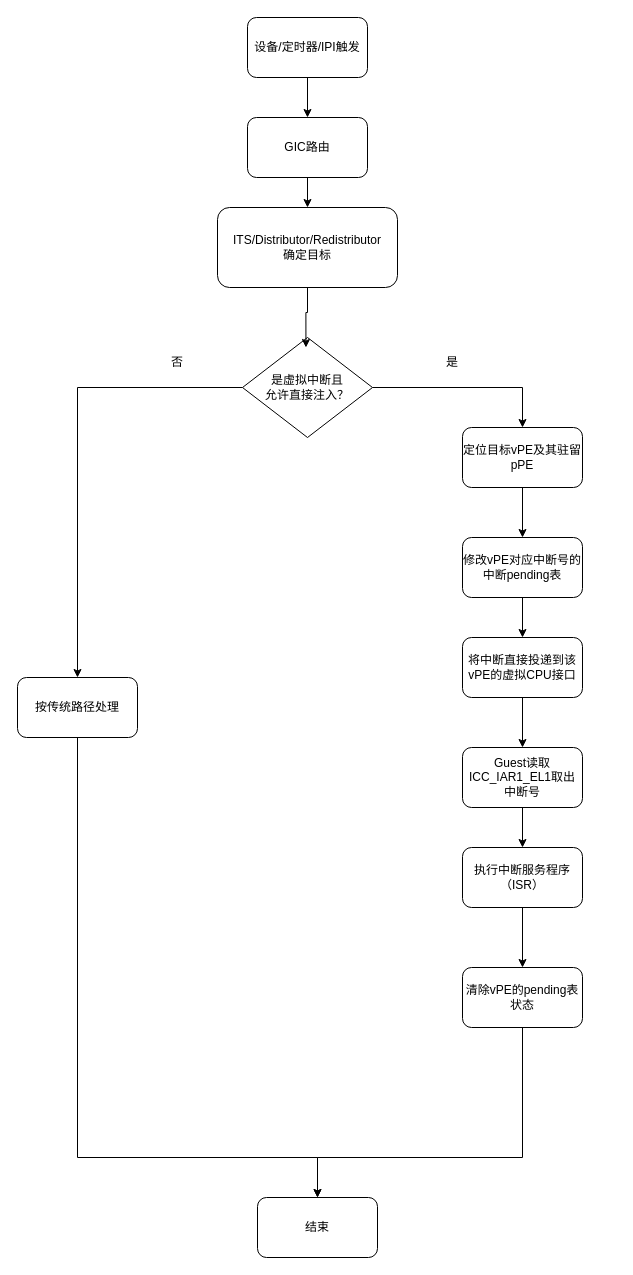
Above: store_picture/直接注入.drawio in LQ0623/draw_io_picture (draw.io), before the change. Source tidied: cells renumbered, new cells numbered last; positions are measured from the earlier drawing's top-left corner, leaving out a move shared by most shapes. Both pictures are drawn from the tidied source at 100%, with x=0, y=0 at pixel (17, 17).
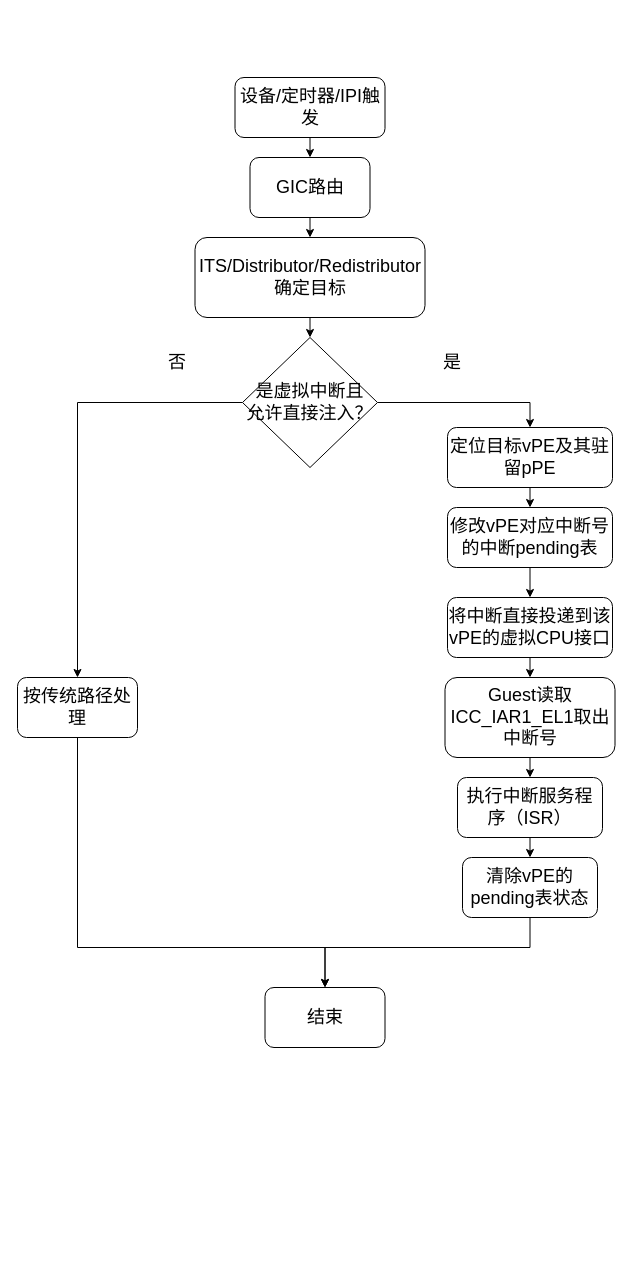
Above is the later version.

Commit message:
更新直接注入.drawio

The edit, as a diff of the source:
```diff
@@
-    <mxCell id="2" style="edgeStyle=orthogonalEdgeStyle;rounded=0;jettySize=auto;html=1;exitX=0.5;exitY=1;exitDx=0;exitDy=0;entryX=0.5;entryY=0;entryDx=0;entryDy=0;" parent="1" edge="1" source="3" target="5">
+    <mxCell id="2" style="edgeStyle=orthogonalEdgeStyle;rounded=0;jettySize=auto;html=1;exitX=0.5;exitY=1;exitDx=0;exitDy=0;entryX=0.5;entryY=0;entryDx=0;entryDy=0;fontSize=18;" parent="1" edge="1" source="3" target="5">
       <mxGeometry relative="1" as="geometry" />
     </mxCell>
-    <mxCell id="3" value="设备/定时器/IPI触发" style="rounded=1;whiteSpace=wrap;html=1;" parent="1" vertex="1">
-      <mxGeometry x="230" width="120" height="60" as="geometry" />
+    <mxCell id="3" value="设备/定时器/IPI触发" style="rounded=1;whiteSpace=wrap;html=1;fontSize=18;" parent="1" vertex="1">
+      <mxGeometry x="217.5" y="60" width="150" height="60" as="geometry" />
     </mxCell>
-    <mxCell id="4" style="edgeStyle=orthogonalEdgeStyle;rounded=0;jettySize=auto;html=1;exitX=0.5;exitY=1;exitDx=0;exitDy=0;entryX=0.5;entryY=0;entryDx=0;entryDy=0;" parent="1" edge="1" source="5" target="6">
+    <mxCell id="4" style="edgeStyle=orthogonalEdgeStyle;rounded=0;jettySize=auto;html=1;exitX=0.5;exitY=1;exitDx=0;exitDy=0;entryX=0.5;entryY=0;entryDx=0;entryDy=0;fontSize=18;" parent="1" edge="1" source="5" target="6">
       <mxGeometry relative="1" as="geometry" />
     </mxCell>
-    <mxCell id="5" value="GIC路由" style="rounded=1;whiteSpace=wrap;html=1;" parent="1" vertex="1">
-      <mxGeometry x="230" y="100" width="120" height="60" as="geometry" />
+    <mxCell id="5" value="GIC路由" style="rounded=1;whiteSpace=wrap;html=1;fontSize=18;" parent="1" vertex="1">
+      <mxGeometry x="232.5" y="140" width="120" height="60" as="geometry" />
     </mxCell>
+    <mxCell id="25" style="edgeStyle=orthogonalEdgeStyle;rounded=0;jettySize=auto;html=1;exitX=0.5;exitY=1;exitDx=0;exitDy=0;entryX=0.5;entryY=0;entryDx=0;entryDy=0;" parent="1" edge="1" source="6" target="9">
+      <mxGeometry relative="1" as="geometry" />
+    </mxCell>
-    <mxCell id="6" value="ITS/Distributor/Redistributor&lt;div&gt;确定目标&lt;/div&gt;" style="rounded=1;whiteSpace=wrap;html=1;" parent="1" vertex="1">
-      <mxGeometry x="200" y="190" width="180" height="80" as="geometry" />
+    <mxCell id="6" value="ITS/Distributor/Redistributor&lt;div&gt;确定目标&lt;/div&gt;" style="rounded=1;whiteSpace=wrap;html=1;fontSize=18;" parent="1" vertex="1">
+      <mxGeometry x="177.5" y="220" width="230" height="80" as="geometry" />
     </mxCell>
-    <mxCell id="7" style="edgeStyle=orthogonalEdgeStyle;rounded=0;jettySize=auto;html=1;exitX=0;exitY=0.5;exitDx=0;exitDy=0;" parent="1" edge="1" source="9" target="11">
+    <mxCell id="7" style="edgeStyle=orthogonalEdgeStyle;rounded=0;jettySize=auto;html=1;exitX=0;exitY=0.5;exitDx=0;exitDy=0;fontSize=18;" parent="1" edge="1" source="9" target="11">
       <mxGeometry relative="1" as="geometry" />
     </mxCell>
-    <mxCell id="8" style="edgeStyle=orthogonalEdgeStyle;rounded=0;jettySize=auto;html=1;exitX=1;exitY=0.5;exitDx=0;exitDy=0;entryX=0.5;entryY=0;entryDx=0;entryDy=0;" parent="1" edge="1" source="9" target="13">
+    <mxCell id="8" style="edgeStyle=orthogonalEdgeStyle;rounded=0;jettySize=auto;html=1;exitX=1;exitY=0.5;exitDx=0;exitDy=0;entryX=0.5;entryY=0;entryDx=0;entryDy=0;fontSize=18;" parent="1" edge="1" source="9" target="13">
       <mxGeometry relative="1" as="geometry" />
     </mxCell>
-    <mxCell id="9" value="是虚拟中断且&lt;br&gt;允许直接注入？" style="rhombus;whiteSpace=wrap;html=1;" parent="1" vertex="1">
-      <mxGeometry x="225" y="320" width="130" height="100" as="geometry" />
+    <mxCell id="9" value="是虚拟中断且&lt;br&gt;允许直接注入？" style="rhombus;whiteSpace=wrap;html=1;fontSize=18;" parent="1" vertex="1">
+      <mxGeometry x="225" y="320" width="135" height="130" as="geometry" />
     </mxCell>
     <mxCell id="10" style="edgeStyle=orthogonalEdgeStyle;rounded=0;jettySize=auto;html=1;exitX=0.5;exitY=1;exitDx=0;exitDy=0;entryX=0.5;entryY=0;entryDx=0;entryDy=0;" parent="1" edge="1" source="11" target="24">
       <mxGeometry relative="1" as="geometry">
         <Array as="points">
-          <mxPoint x="60" y="1140" />
-          <mxPoint x="300" y="1140" />
+          <mxPoint x="60" y="930" />
+          <mxPoint x="308" y="930" />
         </Array>
       </mxGeometry>
     </mxCell>
-    <mxCell id="11" value="按传统路径处理" style="rounded=1;whiteSpace=wrap;html=1;" parent="1" vertex="1">
+    <mxCell id="11" value="按传统路径处理" style="rounded=1;whiteSpace=wrap;html=1;fontSize=18;" parent="1" vertex="1">
       <mxGeometry y="660" width="120" height="60" as="geometry" />
     </mxCell>
-    <mxCell id="12" style="edgeStyle=orthogonalEdgeStyle;rounded=0;jettySize=auto;html=1;exitX=0.5;exitY=1;exitDx=0;exitDy=0;entryX=0.5;entryY=0;entryDx=0;entryDy=0;" parent="1" edge="1" source="13" target="15">
+    <mxCell id="12" style="edgeStyle=orthogonalEdgeStyle;rounded=0;jettySize=auto;html=1;exitX=0.5;exitY=1;exitDx=0;exitDy=0;entryX=0.5;entryY=0;entryDx=0;entryDy=0;fontSize=18;" parent="1" edge="1" source="13" target="15">
       <mxGeometry relative="1" as="geometry" />
     </mxCell>
-    <mxCell id="13" value="定位目标vPE及其驻留pPE" style="rounded=1;whiteSpace=wrap;html=1;" parent="1" vertex="1">
-      <mxGeometry x="445" y="410" width="120" height="60" as="geometry" />
+    <mxCell id="13" value="定位目标vPE及其驻留pPE" style="rounded=1;whiteSpace=wrap;html=1;fontSize=18;" parent="1" vertex="1">
+      <mxGeometry x="430" y="410" width="165" height="60" as="geometry" />
     </mxCell>
-    <mxCell id="14" style="edgeStyle=orthogonalEdgeStyle;rounded=0;jettySize=auto;html=1;exitX=0.5;exitY=1;exitDx=0;exitDy=0;entryX=0.5;entryY=0;entryDx=0;entryDy=0;" parent="1" edge="1" source="15" target="17">
+    <mxCell id="14" style="edgeStyle=orthogonalEdgeStyle;rounded=0;jettySize=auto;html=1;exitX=0.5;exitY=1;exitDx=0;exitDy=0;entryX=0.5;entryY=0;entryDx=0;entryDy=0;fontSize=18;" parent="1" edge="1" source="15" target="17">
       <mxGeometry relative="1" as="geometry" />
     </mxCell>
-    <mxCell id="15" value="修改vPE对应中断号的中断pending表" style="rounded=1;whiteSpace=wrap;html=1;" parent="1" vertex="1">
-      <mxGeometry x="445" y="520" width="120" height="60" as="geometry" />
+    <mxCell id="15" value="修改vPE对应中断号的中断pending表" style="rounded=1;whiteSpace=wrap;html=1;fontSize=18;" parent="1" vertex="1">
+      <mxGeometry x="430" y="490" width="165" height="60" as="geometry" />
     </mxCell>
-    <mxCell id="16" style="edgeStyle=orthogonalEdgeStyle;rounded=0;jettySize=auto;html=1;exitX=0.5;exitY=1;exitDx=0;exitDy=0;entryX=0.5;entryY=0;entryDx=0;entryDy=0;" parent="1" edge="1" source="17" target="19">
+    <mxCell id="16" style="edgeStyle=orthogonalEdgeStyle;rounded=0;jettySize=auto;html=1;exitX=0.5;exitY=1;exitDx=0;exitDy=0;entryX=0.5;entryY=0;entryDx=0;entryDy=0;fontSize=18;" parent="1" edge="1" source="17" target="19">
       <mxGeometry relative="1" as="geometry" />
     </mxCell>
-    <mxCell id="17" value="将中断直接投递到该vPE的虚拟CPU接口" style="rounded=1;whiteSpace=wrap;html=1;" parent="1" vertex="1">
-      <mxGeometry x="445" y="620" width="120" height="60" as="geometry" />
+    <mxCell id="17" value="将中断直接投递到该vPE的虚拟CPU接口" style="rounded=1;whiteSpace=wrap;html=1;fontSize=18;" parent="1" vertex="1">
+      <mxGeometry x="430" y="580" width="165" height="60" as="geometry" />
     </mxCell>
-    <mxCell id="18" style="edgeStyle=orthogonalEdgeStyle;rounded=0;jettySize=auto;html=1;exitX=0.5;exitY=1;exitDx=0;exitDy=0;entryX=0.5;entryY=0;entryDx=0;entryDy=0;" parent="1" edge="1" source="19" target="21">
+    <mxCell id="18" style="edgeStyle=orthogonalEdgeStyle;rounded=0;jettySize=auto;html=1;exitX=0.5;exitY=1;exitDx=0;exitDy=0;entryX=0.5;entryY=0;entryDx=0;entryDy=0;fontSize=18;" parent="1" edge="1" source="19" target="21">
       <mxGeometry relative="1" as="geometry" />
     </mxCell>
-    <mxCell id="19" value="Guest读取ICC_IAR1_EL1取出中断号" style="rounded=1;whiteSpace=wrap;html=1;" parent="1" vertex="1">
-      <mxGeometry x="445" y="730" width="120" height="60" as="geometry" />
+    <mxCell id="19" value="Guest读取ICC_IAR1_EL1取出中断号" style="rounded=1;whiteSpace=wrap;html=1;fontSize=18;" parent="1" vertex="1">
+      <mxGeometry x="427.5" y="660" width="170" height="80" as="geometry" />
     </mxCell>
-    <mxCell id="20" style="edgeStyle=orthogonalEdgeStyle;rounded=0;jettySize=auto;html=1;exitX=0.5;exitY=1;exitDx=0;exitDy=0;entryX=0.5;entryY=0;entryDx=0;entryDy=0;" parent="1" edge="1" source="21" target="23">
+    <mxCell id="20" style="edgeStyle=orthogonalEdgeStyle;rounded=0;jettySize=auto;html=1;exitX=0.5;exitY=1;exitDx=0;exitDy=0;entryX=0.5;entryY=0;entryDx=0;entryDy=0;fontSize=18;" parent="1" edge="1" source="21" target="23">
       <mxGeometry relative="1" as="geometry" />
     </mxCell>
-    <mxCell id="21" value="执行中断服务程序（ISR）" style="rounded=1;whiteSpace=wrap;html=1;" parent="1" vertex="1">
-      <mxGeometry x="445" y="830" width="120" height="60" as="geometry" />
+    <mxCell id="21" value="执行中断服务程序（ISR）" style="rounded=1;whiteSpace=wrap;html=1;fontSize=18;" parent="1" vertex="1">
+      <mxGeometry x="440" y="760" width="145" height="60" as="geometry" />
     </mxCell>
     <mxCell id="22" style="edgeStyle=orthogonalEdgeStyle;rounded=0;jettySize=auto;html=1;exitX=0.5;exitY=1;exitDx=0;exitDy=0;entryX=0.5;entryY=0;entryDx=0;entryDy=0;" parent="1" edge="1" source="23" target="24">
       <mxGeometry relative="1" as="geometry">
         <Array as="points">
-          <mxPoint x="505" y="1140" />
-          <mxPoint x="300" y="1140" />
+          <mxPoint x="513" y="930" />
+          <mxPoint x="308" y="930" />
         </Array>
       </mxGeometry>
     </mxCell>
-    <mxCell id="23" value="清除vPE的pending表状态" style="rounded=1;whiteSpace=wrap;html=1;" parent="1" vertex="1">
-      <mxGeometry x="445" y="950" width="120" height="60" as="geometry" />
+    <mxCell id="23" value="清除vPE的pending表状态" style="rounded=1;whiteSpace=wrap;html=1;fontSize=18;" parent="1" vertex="1">
+      <mxGeometry x="445" y="840" width="135" height="60" as="geometry" />
     </mxCell>
-    <mxCell id="24" value="结束" style="rounded=1;whiteSpace=wrap;html=1;" parent="1" vertex="1">
-      <mxGeometry x="240" y="1180" width="120" height="60" as="geometry" />
+    <mxCell id="24" value="结束" style="rounded=1;whiteSpace=wrap;html=1;fontSize=18;" parent="1" vertex="1">
+      <mxGeometry x="247.5" y="970" width="120" height="60" as="geometry" />
     </mxCell>
-    <mxCell id="25" style="edgeStyle=orthogonalEdgeStyle;rounded=0;jettySize=auto;html=1;exitX=0.5;exitY=1;exitDx=0;exitDy=0;entryX=0.488;entryY=0.1;entryDx=0;entryDy=0;entryPerimeter=0;" parent="1" edge="1" source="6" target="9">
-      <mxGeometry relative="1" as="geometry" />
-    </mxCell>
-    <mxCell id="26" value="否" style="text;html=1;whiteSpace=wrap;strokeColor=none;fillColor=none;align=center;verticalAlign=middle;rounded=0;" parent="1" vertex="1">
+    <mxCell id="26" value="否" style="text;html=1;whiteSpace=wrap;strokeColor=none;fillColor=none;align=center;verticalAlign=middle;rounded=0;fontSize=18;" parent="1" vertex="1">
       <mxGeometry x="130" y="330" width="60" height="30" as="geometry" />
     </mxCell>
-    <mxCell id="27" value="是" style="text;html=1;whiteSpace=wrap;strokeColor=none;fillColor=none;align=center;verticalAlign=middle;rounded=0;" parent="1" vertex="1">
+    <mxCell id="27" value="是" style="text;html=1;whiteSpace=wrap;strokeColor=none;fillColor=none;align=center;verticalAlign=middle;rounded=0;fontSize=18;" parent="1" vertex="1">
       <mxGeometry x="405" y="330" width="60" height="30" as="geometry" />
     </mxCell>
```
